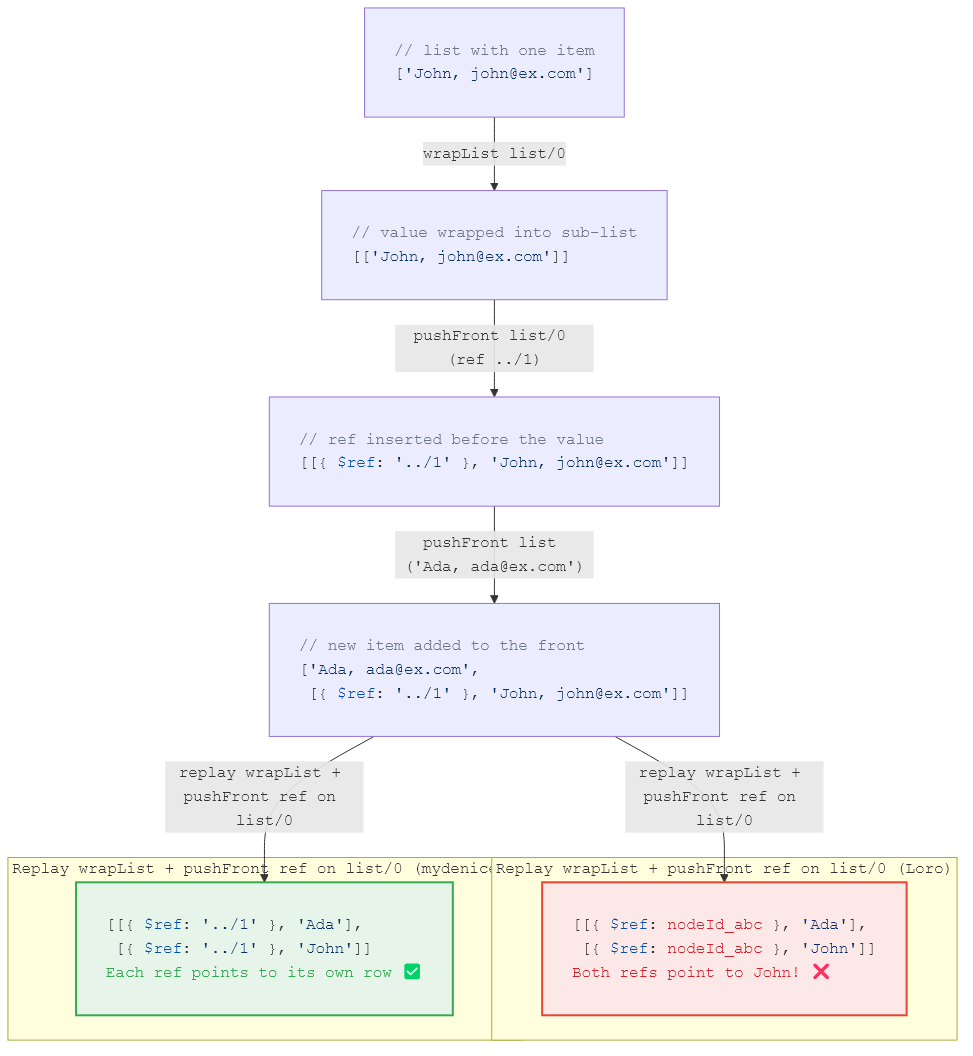
The Mermaid diagram img/retargeting.png in krsion/master-thesis, before a commit. Its source is kept beside it as img/retargeting.mmd.
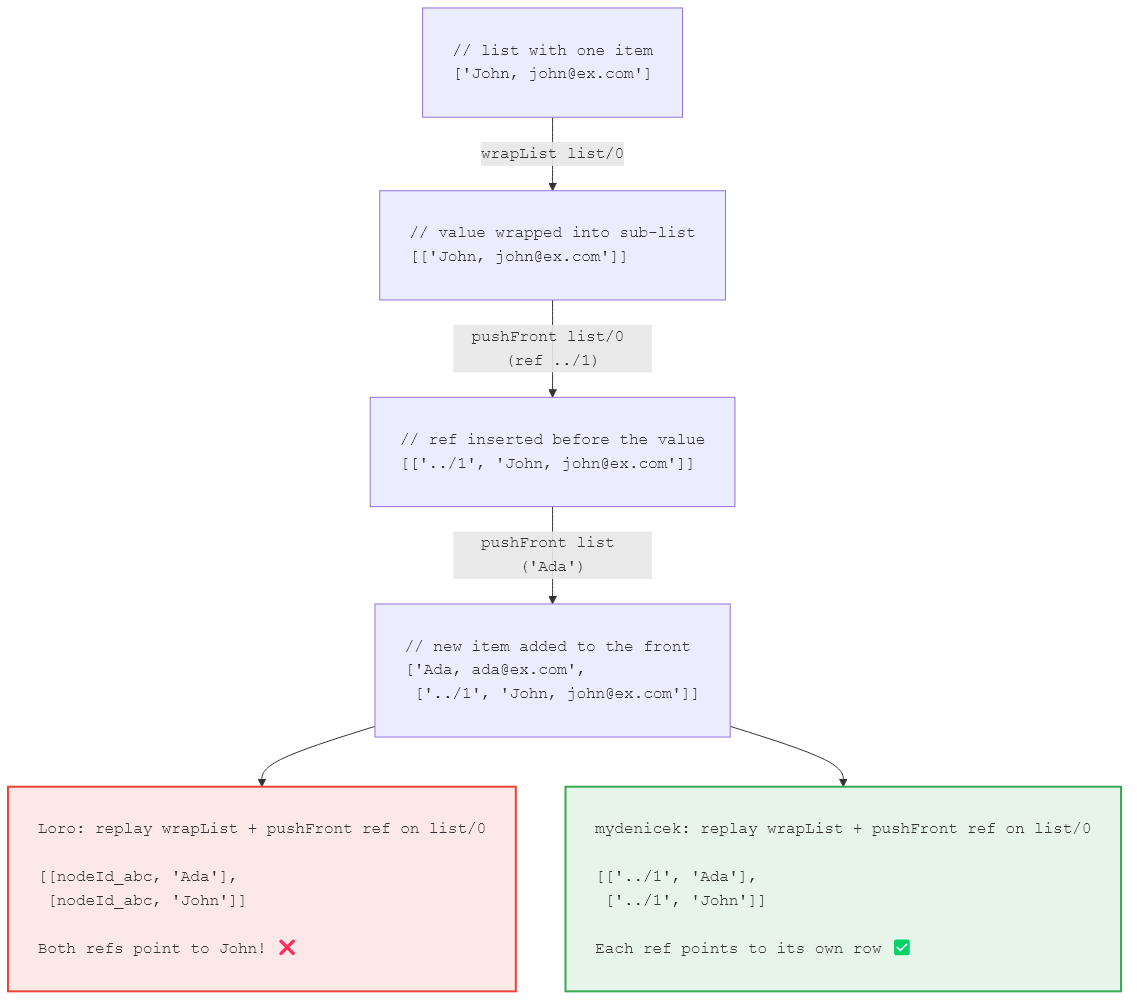
The same diagram one commit later.

Commit message:
Simplify retargeting diagram: plain string refs, no subgraph clipping

Refs are now plain '../1' strings instead of {$
ef: '../1'} objects.
Bottom boxes are regular nodes instead of subgraphs to avoid clipping.

The edit, as a diff of the source:
```diff
@@ -1,48 +1,50 @@
 %%{init: {'themeVariables': {'fontFamily': 'monospace'}}}%%
 graph TB
     S1["<pre style='text-align:left'>
-<span style='color:#6e7781'>// list with one item</span>
-[<span style='color:#0a3069'>'John, john@ex.com'</span>]
+// list with one item
+['John, john@ex.com']
 </pre>"]
 
     S2["<pre style='text-align:left'>
-<span style='color:#6e7781'>// value wrapped into sub-list</span>
-[[<span style='color:#0a3069'>'John, john@ex.com'</span>]]
+// value wrapped into sub-list
+[['John, john@ex.com']]
 </pre>"]
 
     S3["<pre style='text-align:left'>
-<span style='color:#6e7781'>// ref inserted before the value</span>
-[[{ <span style='color:#0550ae'>$ref</span>: <span style='color:#0a3069'>'../1'</span> }, <span style='color:#0a3069'>'John, john@ex.com'</span>]]
+// ref inserted before the value
+[['../1', 'John, john@ex.com']]
 </pre>"]
 
     S4["<pre style='text-align:left'>
-<span style='color:#6e7781'>// new item added to the front</span>
-[<span style='color:#0a3069'>'Ada, ada@ex.com'</span>,
- [{ <span style='color:#0550ae'>$ref</span>: <span style='color:#0a3069'>'../1'</span> }, <span style='color:#0a3069'>'John, john@ex.com'</span>]]
+// new item added to the front
+['Ada, ada@ex.com',
+ ['../1', 'John, john@ex.com']]
 </pre>"]
 
     S1 -- "wrapList list/0" --> S2
     S2 -- "pushFront list/0 (ref ../1)" --> S3
-    S3 -- "pushFront list ('Ada, ada@ex.com')" --> S4
+    S3 -- "pushFront list ('Ada')" --> S4
 
-    subgraph replayLoro["Replay wrapList + pushFront ref on list/0 (Loro)"]
-        RL["<pre style='text-align:left'>
-[[{ <span style='color:#0550ae'>$ref</span>: <span style='color:#cf222e'>nodeId_abc</span> }, <span style='color:#0a3069'>'Ada'</span>],
- [{ <span style='color:#0550ae'>$ref</span>: <span style='color:#cf222e'>nodeId_abc</span> }, <span style='color:#0a3069'>'John'</span>]]
-<span style='color:#cf222e'>Both refs point to John! ❌</span>
+    RL["<pre style='text-align:left'>
+Loro: replay wrapList + pushFront ref on list/0
+
+[[nodeId_abc, 'Ada'],
+ [nodeId_abc, 'John']]
+
+Both refs point to John! ❌
 </pre>"]
-    end
 
-    subgraph replayCustom["Replay wrapList + pushFront ref on list/0 (mydenicek)"]
-        RC["<pre style='text-align:left'>
-[[{ <span style='color:#0550ae'>$ref</span>: <span style='color:#0a3069'>'../1'</span> }, <span style='color:#0a3069'>'Ada'</span>],
- [{ <span style='color:#0550ae'>$ref</span>: <span style='color:#0a3069'>'../1'</span> }, <span style='color:#0a3069'>'John'</span>]]
-<span style='color:#34a853'>Each ref points to its own row ✅</span>
+    RC["<pre style='text-align:left'>
+mydenicek: replay wrapList + pushFront ref on list/0
+
+[['../1', 'Ada'],
+ ['../1', 'John']]
+
+Each ref points to its own row ✅
 </pre>"]
-    end
 
-    S4 -- "replay wrapList + pushFront ref on list/0" --> RL
-    S4 -- "replay wrapList + pushFront ref on list/0" --> RC
+    S4 --> RL
+    S4 --> RC
 
     style RL fill:#fce8e6,stroke:#ea4335,stroke-width:2px
     style RC fill:#e6f4ea,stroke:#34a853,stroke-width:2px
```
